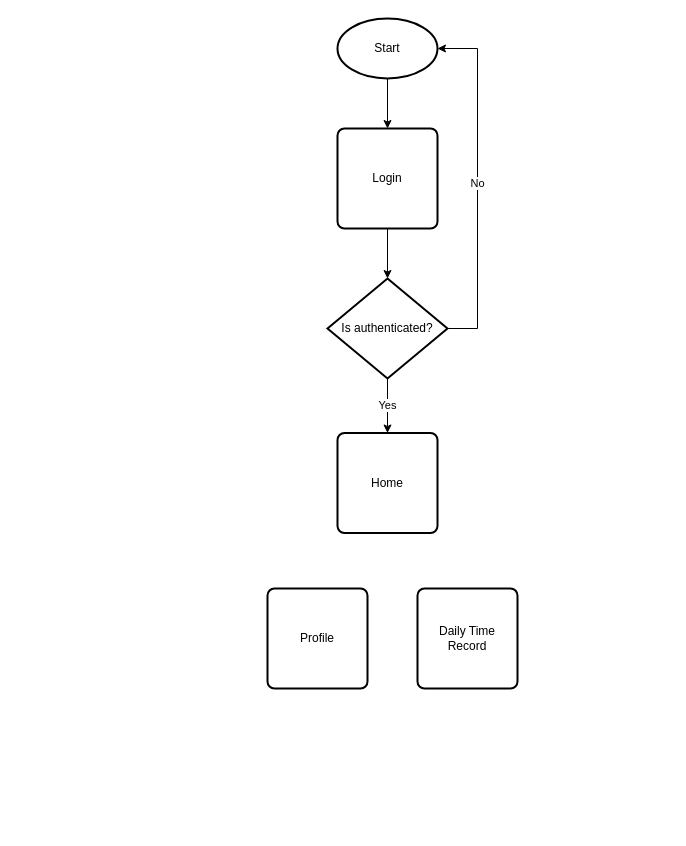
bastilavarias/hris keeps this draw.io diagram as page "Faculty" (1 of 3) of HRIS Flowchart.drawio. Above is the earlier version. Source tidied: cells renumbered, new cells numbered last; positions are measured from the earlier drawing's top-left corner, leaving out a move shared by most shapes. Both pictures are drawn from the tidied source at 100%, with x=0, y=0 at pixel (267, 18).
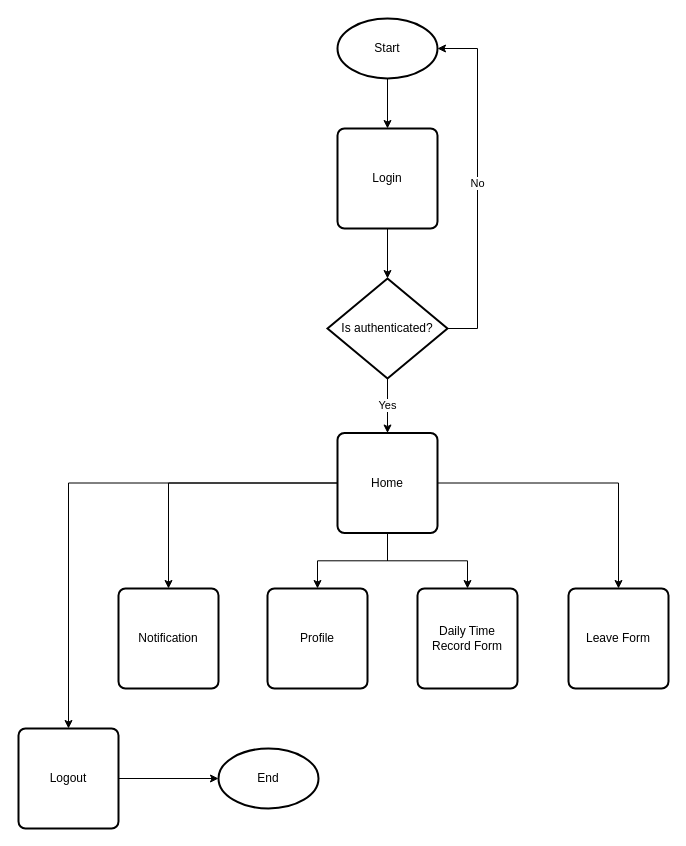
Above is the later version.

The change refers to these unchanged cells:
```xml
<mxCell id="9" value="Home" style="rounded=1;whiteSpace=wrap;html=1;absoluteArcSize=1;arcSize=14;strokeWidth=2;" parent="1" vertex="1">
  <mxGeometry x="70" y="414.5" width="100" height="100" as="geometry" />
</mxCell>
<mxCell id="10" value="Profile" style="rounded=1;whiteSpace=wrap;html=1;absoluteArcSize=1;arcSize=14;strokeWidth=2;" parent="1" vertex="1">
  <mxGeometry y="570" width="100" height="100" as="geometry" />
</mxCell>
```

Change to the diagram source:
```diff
@@
+    <mxCell id="12" style="edgeStyle=orthogonalEdgeStyle;rounded=0;jettySize=auto;html=1;" parent="1" edge="1" source="9" target="10">
+      <mxGeometry relative="1" as="geometry" />
+    </mxCell>
+    <mxCell id="13" style="edgeStyle=orthogonalEdgeStyle;rounded=0;jettySize=auto;html=1;" parent="1" edge="1" source="9" target="11">
+      <mxGeometry relative="1" as="geometry" />
+    </mxCell>
+    <mxCell id="14" style="edgeStyle=orthogonalEdgeStyle;rounded=0;jettySize=auto;html=1;" parent="1" edge="1" source="9" target="18">
+      <mxGeometry relative="1" as="geometry" />
+    </mxCell>
+    <mxCell id="15" style="edgeStyle=orthogonalEdgeStyle;rounded=0;jettySize=auto;html=1;" parent="1" edge="1" source="9" target="17">
+      <mxGeometry relative="1" as="geometry" />
+    </mxCell>
+    <mxCell id="16" style="edgeStyle=orthogonalEdgeStyle;rounded=0;jettySize=auto;html=1;" parent="1" edge="1" source="9" target="20">
+      <mxGeometry relative="1" as="geometry" />
+    </mxCell>
@@
-    <mxCell id="11" value="Daily Time Record" style="rounded=1;whiteSpace=wrap;html=1;absoluteArcSize=1;arcSize=14;strokeWidth=2;" parent="1" vertex="1">
+    <mxCell id="11" value="Daily Time Record Form" style="rounded=1;whiteSpace=wrap;html=1;absoluteArcSize=1;arcSize=14;strokeWidth=2;" parent="1" vertex="1">
       <mxGeometry x="150" y="570" width="100" height="100" as="geometry" />
     </mxCell>
+    <mxCell id="17" value="Leave Form" style="rounded=1;whiteSpace=wrap;html=1;absoluteArcSize=1;arcSize=14;strokeWidth=2;" parent="1" vertex="1">
+      <mxGeometry x="301" y="570" width="100" height="100" as="geometry" />
+    </mxCell>
+    <mxCell id="18" value="Notification" style="rounded=1;whiteSpace=wrap;html=1;absoluteArcSize=1;arcSize=14;strokeWidth=2;" parent="1" vertex="1">
+      <mxGeometry x="-149" y="570" width="100" height="100" as="geometry" />
+    </mxCell>
+    <mxCell id="19" style="edgeStyle=orthogonalEdgeStyle;rounded=0;jettySize=auto;html=1;" parent="1" edge="1" source="20" target="21">
+      <mxGeometry relative="1" as="geometry" />
+    </mxCell>
+    <mxCell id="20" value="Logout" style="rounded=1;whiteSpace=wrap;html=1;absoluteArcSize=1;arcSize=14;strokeWidth=2;" parent="1" vertex="1">
+      <mxGeometry x="-249" y="710" width="100" height="100" as="geometry" />
+    </mxCell>
+    <mxCell id="21" value="End" style="strokeWidth=2;html=1;shape=mxgraph.flowchart.start_1;whiteSpace=wrap;" parent="1" vertex="1">
+      <mxGeometry x="-49" y="730" width="100" height="60" as="geometry" />
+    </mxCell>
```
